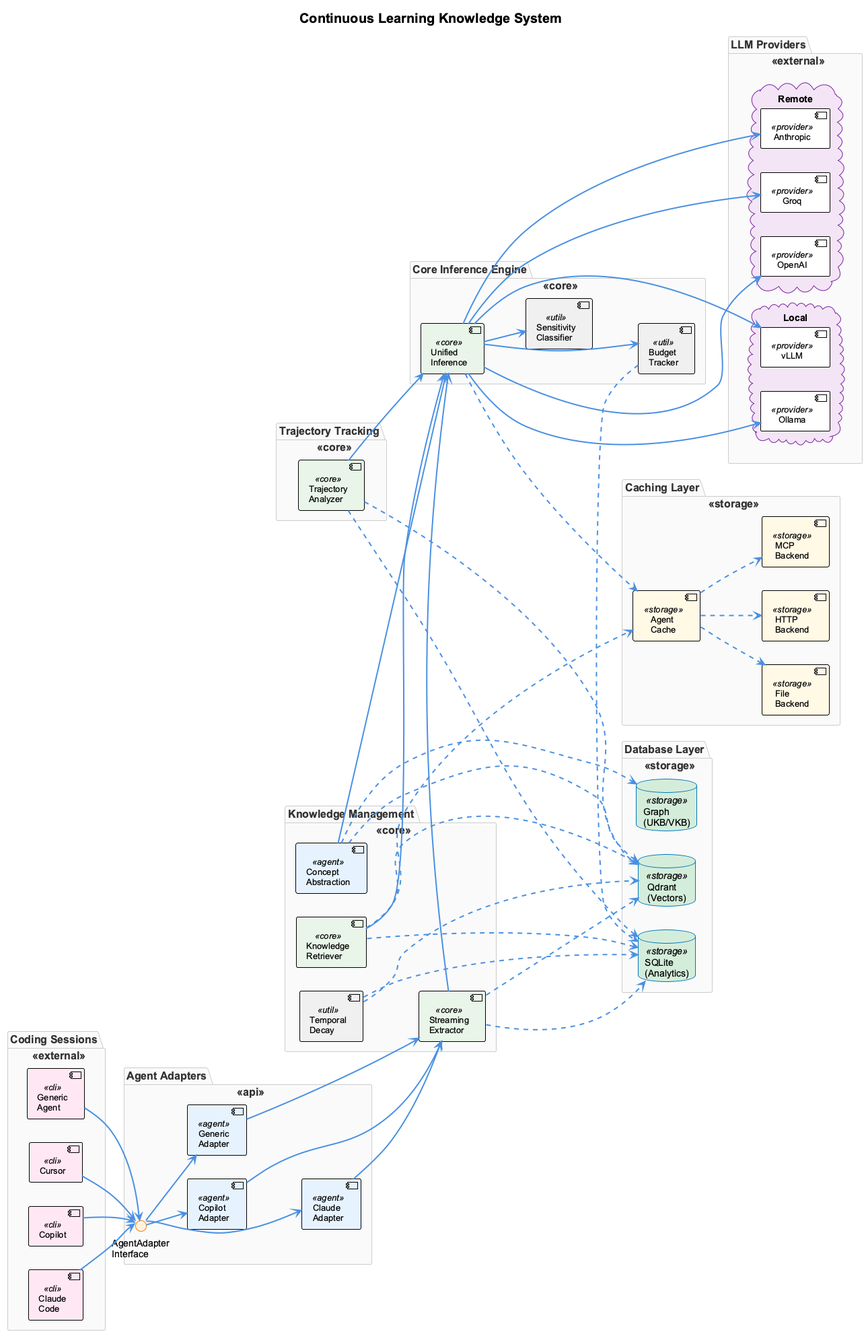
This is docs/presentation/images/continuous-learning-architecture.png from fwornle/coding, a PlantUML export, as it was before one commit. The source it was exported from:
```plantuml
@startuml continuous-learning-architecture
!include _standard-style.puml


skinparam defaultFontSize 14
skinparam titleFontSize 20
skinparam packageFontSize 16
skinparam componentFontSize 13
skinparam ArrowThickness 2

title Continuous Learning Knowledge System

left to right direction

package "Coding Sessions" <<external>> {
  component "Claude\nCode" as CLAUDE <<cli>>
  component "Copilot" as COPILOT <<cli>>
  component "Cursor" as CURSOR <<cli>>
  component "Generic\nAgent" as GENERIC <<cli>>
}

package "Agent Adapters" <<api>> {
  interface "AgentAdapter\nInterface" as ADAPTER_API
  component "Claude\nAdapter" as CA <<agent>>
  component "Copilot\nAdapter" as CPA <<agent>>
  component "Generic\nAdapter" as GA <<agent>>
}

package "Knowledge Management" <<core>> {
  component "Streaming\nExtractor" as EXTRACTOR <<core>>
  component "Knowledge\nRetriever" as RETRIEVER <<core>>
  component "Concept\nAbstraction" as CONCEPT <<agent>>
  component "Temporal\nDecay" as DECAY <<util>>
}

package "Core Inference Engine" <<core>> {
  component "Unified\nInference" as ENGINE <<core>>
  component "Budget\nTracker" as BUDGET <<util>>
  component "Sensitivity\nClassifier" as SENS <<util>>
}

package "Trajectory Tracking" <<core>> {
  component "Trajectory\nAnalyzer" as TRAJ <<core>>
}

package "Caching Layer" <<storage>> {
  component "Agent\nCache" as CACHE <<storage>>
  component "File\nBackend" as FBACK <<storage>>
  component "HTTP\nBackend" as HBACK <<storage>>
  component "MCP\nBackend" as MBACK <<storage>>
}

package "Database Layer" <<storage>> {
  database "Qdrant\n(Vectors)" as QDRANT <<storage>> #D4EDDA
  database "SQLite\n(Analytics)" as SQLITE <<storage>> #D4EDDA
  database "Graph\n(UKB/VKB)" as GRAPH <<storage>> #D4EDDA
}

package "LLM Providers" <<external>> {
  together {
    cloud "Remote" as REMOTE {
      component "Groq" as GROQ <<provider>>
      component "Anthropic" as ANTHRO <<provider>>
      component "OpenAI" as OPENAI <<provider>>
    }
    cloud "Local" as LOCAL {
      component "Ollama" as OLLAMA <<provider>>
      component "vLLM" as VLLM <<provider>>
    }
  }
}

CLAUDE -[hidden]right-> ADAPTER_API
ADAPTER_API -[hidden]right-> CA
CA -[hidden]right-> EXTRACTOR
EXTRACTOR -[hidden]right-> ENGINE
ENGINE -[hidden]right-> BUDGET
BUDGET -[hidden]right-> QDRANT
QDRANT -[hidden]right-> SQLITE
SQLITE -[hidden]right-> GRAPH
GRAPH -[hidden]right-> CACHE
CACHE -[hidden]right-> FBACK
FBACK -[hidden]right-> HBACK
HBACK -[hidden]right-> MBACK
MBACK -[hidden]right-> GROQ
GROQ -[hidden]right-> ANTHRO
ANTHRO -[hidden]right-> OPENAI
OPENAI -[hidden]right-> OLLAMA
OLLAMA -[hidden]right-> VLLM

COPILOT -[hidden]down-> ADAPTER_API
CPA -[hidden]down-> CA
RETRIEVER -[hidden]down-> EXTRACTOR
TRAJ -[hidden]down-> ENGINE
SENS -[hidden]down-> BUDGET

CLAUDE --> ADAPTER_API
COPILOT --> ADAPTER_API
CURSOR --> ADAPTER_API
GENERIC --> ADAPTER_API

ADAPTER_API --> CA
ADAPTER_API --> CPA
ADAPTER_API --> GA

CA --> EXTRACTOR
CPA --> EXTRACTOR
GA --> EXTRACTOR

EXTRACTOR --> ENGINE
RETRIEVER --> ENGINE
CONCEPT --> ENGINE
TRAJ --> ENGINE

ENGINE --> BUDGET
ENGINE --> SENS
ENGINE --> GROQ
ENGINE --> ANTHRO
ENGINE --> OPENAI
ENGINE --> OLLAMA
ENGINE --> VLLM

EXTRACTOR ..> QDRANT
EXTRACTOR ..> SQLITE
RETRIEVER ..> QDRANT
RETRIEVER ..> SQLITE
CONCEPT ..> QDRANT
CONCEPT ..> GRAPH
DECAY ..> QDRANT
DECAY ..> SQLITE
BUDGET ..> SQLITE
TRAJ ..> QDRANT
TRAJ ..> SQLITE

ENGINE ..> CACHE
RETRIEVER ..> CACHE
CACHE ..> FBACK
CACHE ..> HBACK
CACHE ..> MBACK

@enduml
```
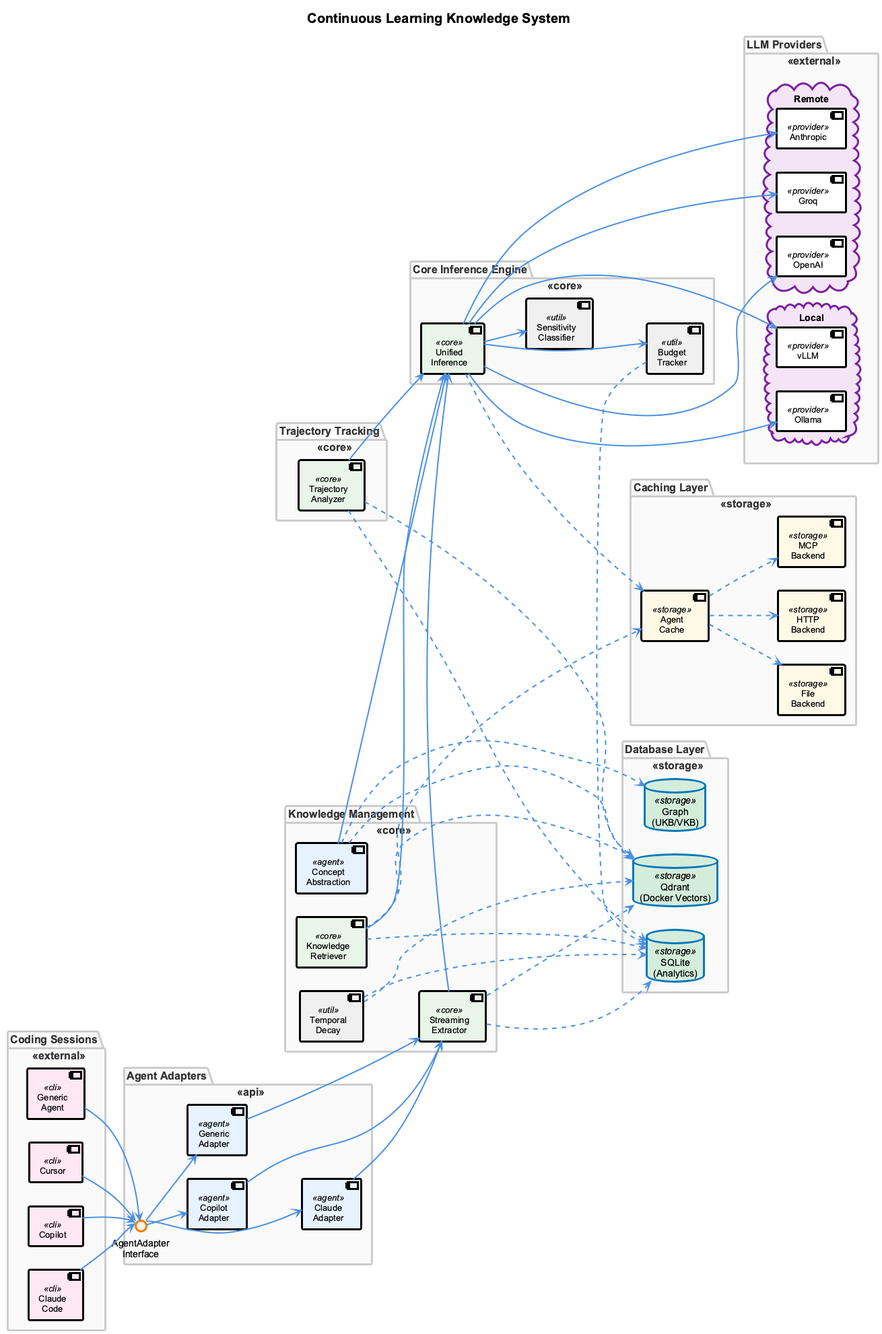
After the change.

Change to the diagram source:
```diff
@@ -51,7 +51,7 @@
 }
 
 package "Database Layer" <<storage>> {
-  database "Qdrant\n(Vectors)" as QDRANT <<storage>> #D4EDDA
+  database "Qdrant\n(Docker Vectors)" as QDRANT <<storage>> #D4EDDA
   database "SQLite\n(Analytics)" as SQLITE <<storage>> #D4EDDA
   database "Graph\n(UKB/VKB)" as GRAPH <<storage>> #D4EDDA
 }
```
